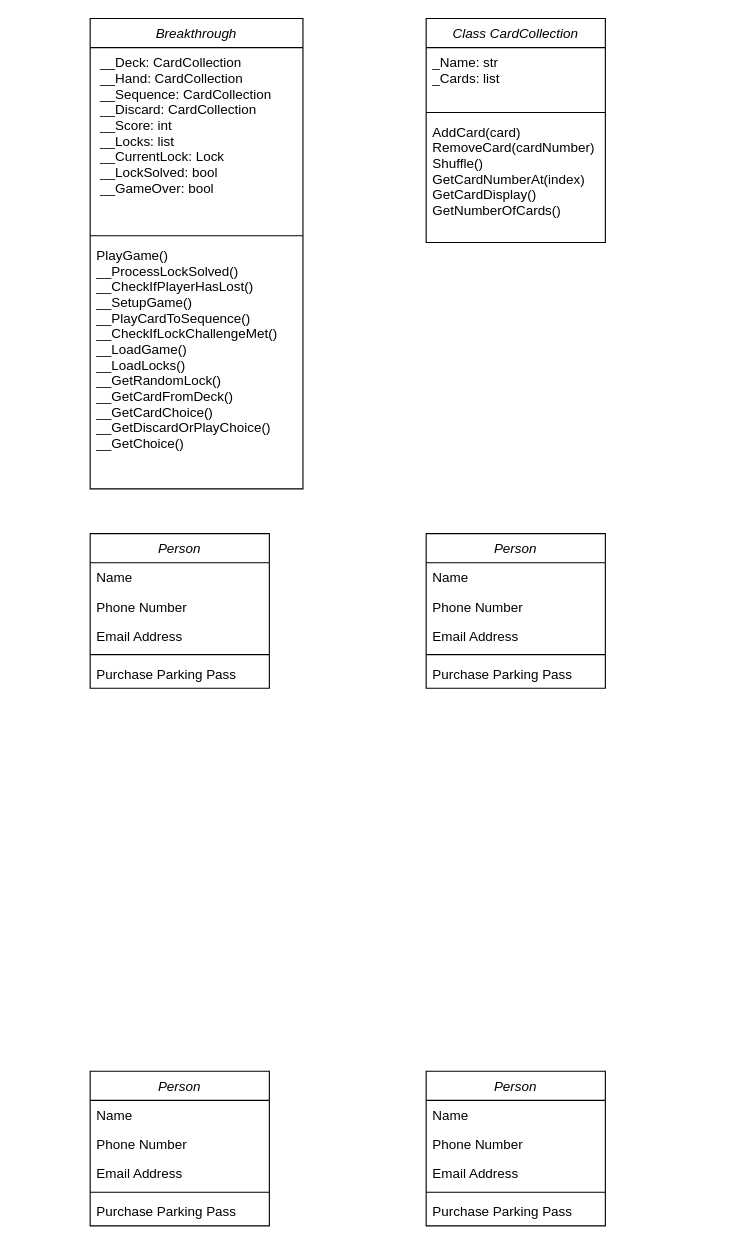
This is L6 ST1/Mr. Lomax/Breakthrough/Class Diagram.drawio from fbonc/A-Level-CS-Lesson-Work, a draw.io file, before an edit. Source tidied: cells renumbered, new cells numbered last; positions are measured from the earlier drawing's top-left corner, leaving out a move shared by most shapes. Both pictures are drawn from the tidied source at 112%, with x=0, y=0 at pixel (90, 18).
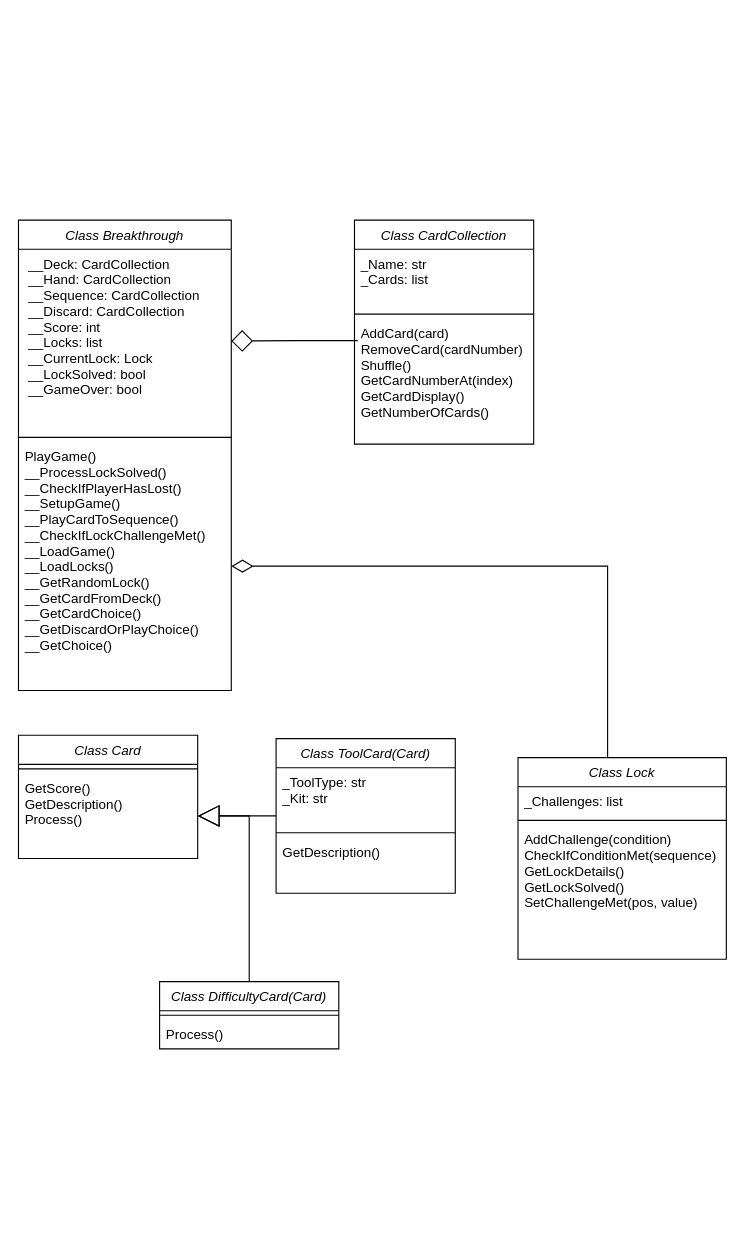
Above is the later version.

Commit message (it also covers changes not shown here):
finished homeowrk

The change refers to these unchanged cells:
```xml
<mxCell id="3" value=" __Deck: CardCollection&#10; __Hand: CardCollection&#10; __Sequence: CardCollection&#10; __Discard: CardCollection&#10; __Score: int&#10; __Locks: list&#10; __CurrentLock: Lock&#10; __LockSolved: bool&#10; __GameOver: bool" style="text;align=left;verticalAlign=top;spacingLeft=4;spacingRight=4;overflow=hidden;points=[[0,0.5],[1,0.5]];portConstraint=eastwest;rounded=0;shadow=0;html=0;" parent="2" vertex="1">
  <mxGeometry y="26" width="190" height="164" as="geometry" />
</mxCell>
<mxCell id="5" value="PlayGame()&#10;__ProcessLockSolved()&#10;__CheckIfPlayerHasLost()&#10;__SetupGame()&#10;__PlayCardToSequence()&#10;__CheckIfLockChallengeMet()&#10;__LoadGame()&#10;__LoadLocks()&#10;__GetRandomLock()&#10;__GetCardFromDeck()&#10;__GetCardChoice()&#10;__GetDiscardOrPlayChoice()&#10;__GetChoice()" style="text;align=left;verticalAlign=top;spacingLeft=4;spacingRight=4;overflow=hidden;points=[[0,0.5],[1,0.5]];portConstraint=eastwest;" parent="2" vertex="1">
  <mxGeometry y="198" width="190" height="222" as="geometry" />
</mxCell>
<mxCell id="9" value="AddCard(card)&#10;RemoveCard(cardNumber)&#10;Shuffle()&#10;GetCardNumberAt(index)&#10;GetCardDisplay()&#10;GetNumberOfCards()" style="text;align=left;verticalAlign=top;spacingLeft=4;spacingRight=4;overflow=hidden;points=[[0,0.5],[1,0.5]];portConstraint=eastwest;" parent="6" vertex="1">
  <mxGeometry y="88" width="160" height="112" as="geometry" />
</mxCell>
```

Change to the diagram source:
```diff
@@
-    <mxCell id="2" value="Breakthrough" style="swimlane;fontStyle=2;align=center;verticalAlign=top;horizontal=1;startSize=26;rounded=0;shadow=0;strokeWidth=1;" parent="1" vertex="1">
-      <mxGeometry width="190" height="420" as="geometry" />
+    <mxCell id="2" value="Class Breakthrough" style="swimlane;fontStyle=2;align=center;verticalAlign=top;horizontal=1;startSize=26;rounded=0;shadow=0;strokeWidth=1;" parent="1" vertex="1">
+      <mxGeometry x="-64" y="180" width="190" height="420" as="geometry" />
     </mxCell>
@@
+    <mxCell id="34" style="edgeStyle=orthogonalEdgeStyle;rounded=0;jettySize=auto;html=1;endSize=17;endArrow=diamond;endFill=0;exitX=0.018;exitY=0.175;exitDx=0;exitDy=0;exitPerimeter=0;" parent="1" edge="1" source="9" target="3">
+      <mxGeometry relative="1" as="geometry" />
+    </mxCell>
     <mxCell id="6" value="Class CardCollection" style="swimlane;fontStyle=2;align=center;verticalAlign=top;horizontal=1;startSize=26;rounded=0;shadow=0;strokeWidth=1;" parent="1" vertex="1">
-      <mxGeometry x="300" width="160" height="200" as="geometry" />
+      <mxGeometry x="236" y="180" width="160" height="200" as="geometry" />
     </mxCell>
@@
-    <mxCell id="10" value="Person" style="swimlane;fontStyle=2;align=center;verticalAlign=top;horizontal=1;startSize=26;rounded=0;shadow=0;strokeWidth=1;" parent="1" vertex="1">
-      <mxGeometry y="460" width="160" height="138" as="geometry" />
+    <mxCell id="10" value="Class Card" style="swimlane;fontStyle=2;align=center;verticalAlign=top;horizontal=1;startSize=26;rounded=0;shadow=0;strokeWidth=1;" parent="1" vertex="1">
+      <mxGeometry x="-64" y="640" width="160" height="110" as="geometry" />
     </mxCell>
-    <mxCell id="11" value="Name" style="text;align=left;verticalAlign=top;spacingLeft=4;spacingRight=4;overflow=hidden;" parent="10" vertex="1">
-      <mxGeometry y="26" width="160" height="26" as="geometry" />
-    </mxCell>
-    <mxCell id="12" value="Phone Number" style="text;align=left;verticalAlign=top;spacingLeft=4;spacingRight=4;overflow=hidden;rounded=0;shadow=0;html=0;" parent="10" vertex="1">
-      <mxGeometry y="52" width="160" height="26" as="geometry" />
-    </mxCell>
-    <mxCell id="13" value="Email Address" style="text;align=left;verticalAlign=top;spacingLeft=4;spacingRight=4;overflow=hidden;rounded=0;shadow=0;html=0;" parent="10" vertex="1">
-      <mxGeometry y="78" width="160" height="26" as="geometry" />
-    </mxCell>
     <mxCell id="14" style="line;html=1;strokeWidth=1;align=left;verticalAlign=middle;spacingTop=-1;spacingLeft=3;spacingRight=3;labelPosition=right;" parent="10" vertex="1">
-      <mxGeometry y="104" width="160" height="8" as="geometry" />
+      <mxGeometry y="26" width="160" height="8" as="geometry" />
     </mxCell>
-    <mxCell id="15" value="Purchase Parking Pass" style="text;align=left;verticalAlign=top;spacingLeft=4;spacingRight=4;overflow=hidden;points=[[0,0.5],[1,0.5]];portConstraint=eastwest;" parent="10" vertex="1">
-      <mxGeometry y="112" width="160" height="26" as="geometry" />
+    <mxCell id="15" value="GetScore()&#10;GetDescription()&#10;Process()" style="text;align=left;verticalAlign=top;spacingLeft=4;spacingRight=4;overflow=hidden;points=[[0,0.5],[1,0.5]];portConstraint=eastwest;" parent="10" vertex="1">
+      <mxGeometry y="34" width="160" height="76" as="geometry" />
     </mxCell>
+    <mxCell id="35" style="edgeStyle=orthogonalEdgeStyle;rounded=0;jettySize=auto;html=1;endSize=17;endArrow=block;endFill=0;" parent="1" edge="1" source="16" target="15">
+      <mxGeometry relative="1" as="geometry" />
+    </mxCell>
-    <mxCell id="16" value="Person" style="swimlane;fontStyle=2;align=center;verticalAlign=top;horizontal=1;startSize=26;rounded=0;shadow=0;strokeWidth=1;" parent="1" vertex="1">
-      <mxGeometry x="300" y="460" width="160" height="138" as="geometry" />
+    <mxCell id="16" value="Class ToolCard(Card)&#10;" style="swimlane;fontStyle=2;align=center;verticalAlign=top;horizontal=1;startSize=26;rounded=0;shadow=0;strokeWidth=1;" parent="1" vertex="1">
+      <mxGeometry x="166" y="643" width="160" height="138" as="geometry" />
     </mxCell>
-    <mxCell id="17" value="Name" style="text;align=left;verticalAlign=top;spacingLeft=4;spacingRight=4;overflow=hidden;" parent="16" vertex="1">
-      <mxGeometry y="26" width="160" height="26" as="geometry" />
-    </mxCell>
-    <mxCell id="18" value="Phone Number" style="text;align=left;verticalAlign=top;spacingLeft=4;spacingRight=4;overflow=hidden;rounded=0;shadow=0;html=0;" parent="16" vertex="1">
-      <mxGeometry y="52" width="160" height="26" as="geometry" />
-    </mxCell>
-    <mxCell id="19" value="Email Address" style="text;align=left;verticalAlign=top;spacingLeft=4;spacingRight=4;overflow=hidden;rounded=0;shadow=0;html=0;" parent="16" vertex="1">
-      <mxGeometry y="78" width="160" height="26" as="geometry" />
+    <mxCell id="19" value="_ToolType: str&#10;_Kit: str" style="text;align=left;verticalAlign=top;spacingLeft=4;spacingRight=4;overflow=hidden;rounded=0;shadow=0;html=0;" parent="16" vertex="1">
+      <mxGeometry y="26" width="160" height="54" as="geometry" />
     </mxCell>
     <mxCell id="20" style="line;html=1;strokeWidth=1;align=left;verticalAlign=middle;spacingTop=-1;spacingLeft=3;spacingRight=3;labelPosition=right;" parent="16" vertex="1">
-      <mxGeometry y="104" width="160" height="8" as="geometry" />
+      <mxGeometry y="80" width="160" height="8" as="geometry" />
     </mxCell>
-    <mxCell id="21" value="Purchase Parking Pass" style="text;align=left;verticalAlign=top;spacingLeft=4;spacingRight=4;overflow=hidden;" parent="16" vertex="1">
-      <mxGeometry y="112" width="160" height="26" as="geometry" />
+    <mxCell id="21" value="GetDescription()" style="text;align=left;verticalAlign=top;spacingLeft=4;spacingRight=4;overflow=hidden;" parent="16" vertex="1">
+      <mxGeometry y="88" width="160" height="26" as="geometry" />
     </mxCell>
+    <mxCell id="36" style="edgeStyle=orthogonalEdgeStyle;rounded=0;jettySize=auto;html=1;endSize=17;endArrow=block;endFill=0;" parent="1" edge="1" source="22" target="15">
+      <mxGeometry relative="1" as="geometry" />
+    </mxCell>
-    <mxCell id="22" value="Person" style="swimlane;fontStyle=2;align=center;verticalAlign=top;horizontal=1;startSize=26;rounded=0;shadow=0;strokeWidth=1;" parent="1" vertex="1">
-      <mxGeometry y="940" width="160" height="138" as="geometry" />
+    <mxCell id="22" value="Class DifficultyCard(Card)" style="swimlane;fontStyle=2;align=center;verticalAlign=top;horizontal=1;startSize=26;rounded=0;shadow=0;strokeWidth=1;" parent="1" vertex="1">
+      <mxGeometry x="62" y="860" width="160" height="60" as="geometry" />
     </mxCell>
-    <mxCell id="23" value="Name" style="text;align=left;verticalAlign=top;spacingLeft=4;spacingRight=4;overflow=hidden;" parent="22" vertex="1">
-      <mxGeometry y="26" width="160" height="26" as="geometry" />
-    </mxCell>
-    <mxCell id="24" value="Phone Number" style="text;align=left;verticalAlign=top;spacingLeft=4;spacingRight=4;overflow=hidden;rounded=0;shadow=0;html=0;" parent="22" vertex="1">
-      <mxGeometry y="52" width="160" height="26" as="geometry" />
-    </mxCell>
-    <mxCell id="25" value="Email Address" style="text;align=left;verticalAlign=top;spacingLeft=4;spacingRight=4;overflow=hidden;rounded=0;shadow=0;html=0;" parent="22" vertex="1">
-      <mxGeometry y="78" width="160" height="26" as="geometry" />
-    </mxCell>
     <mxCell id="26" style="line;html=1;strokeWidth=1;align=left;verticalAlign=middle;spacingTop=-1;spacingLeft=3;spacingRight=3;labelPosition=right;" parent="22" vertex="1">
-      <mxGeometry y="104" width="160" height="8" as="geometry" />
+      <mxGeometry y="26" width="160" height="8" as="geometry" />
     </mxCell>
-    <mxCell id="27" value="Purchase Parking Pass" style="text;align=left;verticalAlign=top;spacingLeft=4;spacingRight=4;overflow=hidden;" parent="22" vertex="1">
-      <mxGeometry y="112" width="160" height="26" as="geometry" />
+    <mxCell id="27" value="Process()&#10;&#10;" style="text;align=left;verticalAlign=top;spacingLeft=4;spacingRight=4;overflow=hidden;" parent="22" vertex="1">
+      <mxGeometry y="34" width="160" height="26" as="geometry" />
     </mxCell>
+    <mxCell id="37" style="edgeStyle=orthogonalEdgeStyle;rounded=0;jettySize=auto;html=1;endSize=17;endArrow=diamondThin;endFill=0;" parent="1" edge="1" source="28" target="5">
+      <mxGeometry relative="1" as="geometry">
+        <Array as="points">
+          <mxPoint x="462" y="489" />
+        </Array>
+      </mxGeometry>
+    </mxCell>
-    <mxCell id="28" value="Person" style="swimlane;fontStyle=2;align=center;verticalAlign=top;horizontal=1;startSize=26;rounded=0;shadow=0;strokeWidth=1;" parent="1" vertex="1">
-      <mxGeometry x="300" y="940" width="160" height="138" as="geometry" />
+    <mxCell id="28" value="Class Lock&#10;&#10;" style="swimlane;fontStyle=2;align=center;verticalAlign=top;horizontal=1;startSize=26;rounded=0;shadow=0;strokeWidth=1;" parent="1" vertex="1">
+      <mxGeometry x="382" y="660" width="186" height="180" as="geometry" />
     </mxCell>
-    <mxCell id="29" value="Name" style="text;align=left;verticalAlign=top;spacingLeft=4;spacingRight=4;overflow=hidden;" parent="28" vertex="1">
-      <mxGeometry y="26" width="160" height="26" as="geometry" />
+    <mxCell id="29" value="_Challenges: list" style="text;align=left;verticalAlign=top;spacingLeft=4;spacingRight=4;overflow=hidden;" parent="28" vertex="1">
+      <mxGeometry y="26" width="186" height="26" as="geometry" />
     </mxCell>
-    <mxCell id="30" value="Phone Number" style="text;align=left;verticalAlign=top;spacingLeft=4;spacingRight=4;overflow=hidden;rounded=0;shadow=0;html=0;" parent="28" vertex="1">
-      <mxGeometry y="52" width="160" height="26" as="geometry" />
-    </mxCell>
-    <mxCell id="31" value="Email Address" style="text;align=left;verticalAlign=top;spacingLeft=4;spacingRight=4;overflow=hidden;rounded=0;shadow=0;html=0;" parent="28" vertex="1">
-      <mxGeometry y="78" width="160" height="26" as="geometry" />
-    </mxCell>
     <mxCell id="32" style="line;html=1;strokeWidth=1;align=left;verticalAlign=middle;spacingTop=-1;spacingLeft=3;spacingRight=3;labelPosition=right;" parent="28" vertex="1">
-      <mxGeometry y="104" width="160" height="8" as="geometry" />
+      <mxGeometry y="52" width="186" height="8" as="geometry" />
     </mxCell>
-    <mxCell id="33" value="Purchase Parking Pass" style="text;align=left;verticalAlign=top;spacingLeft=4;spacingRight=4;overflow=hidden;" parent="28" vertex="1">
-      <mxGeometry y="112" width="160" height="26" as="geometry" />
+    <mxCell id="33" value="AddChallenge(condition)&#10;CheckIfConditionMet(sequence)&#10;GetLockDetails()&#10;GetLockSolved()&#10;SetChallengeMet(pos, value)" style="text;align=left;verticalAlign=top;spacingLeft=4;spacingRight=4;overflow=hidden;" parent="28" vertex="1">
+      <mxGeometry y="60" width="186" height="100" as="geometry" />
     </mxCell>
```
